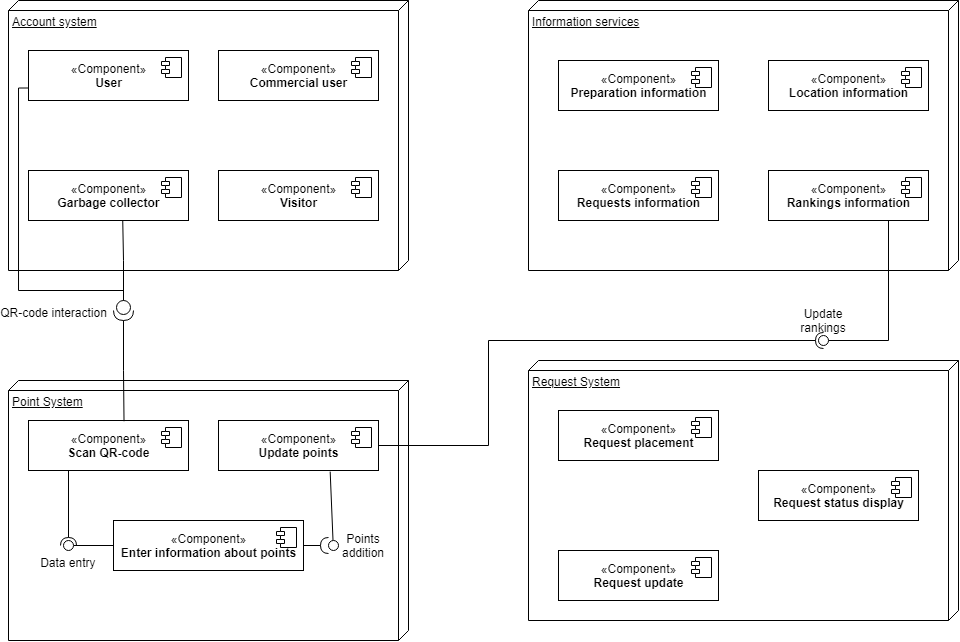
Before: docs/Diagrams/Component Diagram.png, a diagram exported from draw.io (YuriyLisovskiy/EasyRecycle). Source tidied: cells renumbered, new cells last; positions are measured from the earlier drawing's top-left corner, leaving out a move shared by most shapes.
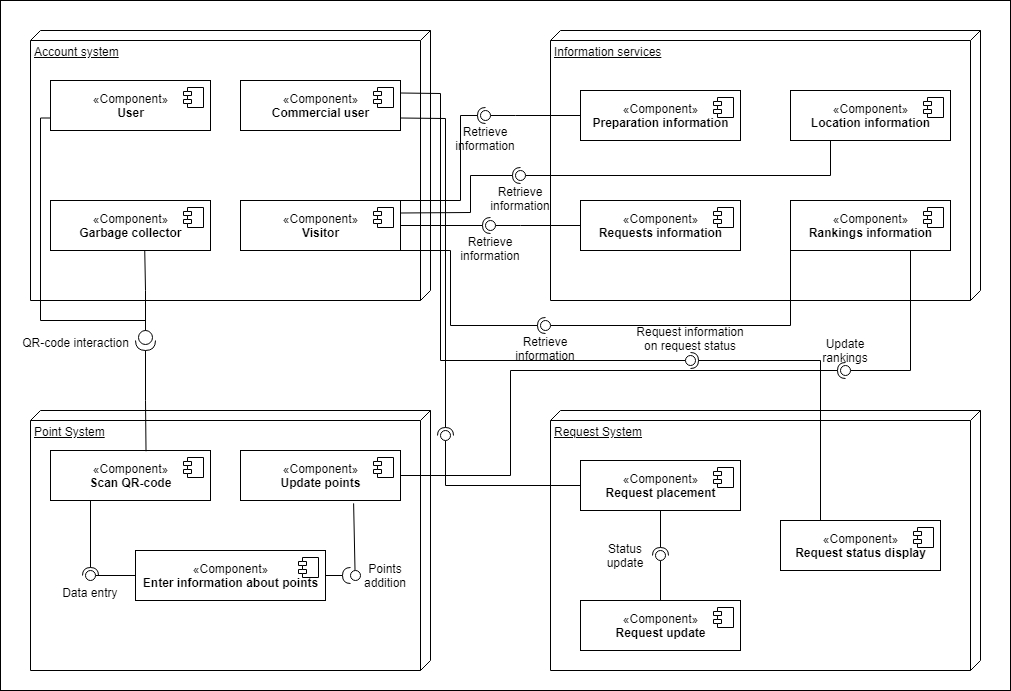
The same file after the commit.

Change to the diagram source:
```diff
@@ -2,8 +2,11 @@
   <root>
     <mxCell id="0" />
     <mxCell id="1" parent="0" />
+    <mxCell id="51" style="rounded=0;whiteSpace=wrap;html=1;" parent="1" vertex="1">
+      <mxGeometry x="-30" y="-30" width="1010" height="690" as="geometry" />
+    </mxCell>
     <mxCell id="2" style="group;" parent="1" vertex="1">
-      <mxGeometry x="520" y="360" width="430" height="260" as="geometry" />
+      <mxGeometry x="520" y="380" width="430" height="260" as="geometry" />
     </mxCell>
     <mxCell id="3" value="Request System" style="verticalAlign=top;align=left;spacingTop=8;spacingLeft=2;spacingRight=12;shape=cube;size=10;direction=south;fontStyle=4;html=1;" parent="2" vertex="1">
       <mxGeometry width="430" height="260" as="geometry" />
@@ -32,6 +35,15 @@
         <mxPoint x="-27" y="7" as="offset" />
       </mxGeometry>
     </mxCell>
+    <mxCell id="52" style="rounded=0;jettySize=auto;html=1;endArrow=none;endFill=0;exitX=0.5;exitY=0;exitDx=0;exitDy=0;" parent="2" edge="1" source="6" target="54">
+      <mxGeometry relative="1" as="geometry" />
+    </mxCell>
+    <mxCell id="53" style="rounded=0;jettySize=auto;html=1;endArrow=halfCircle;endFill=0;entryX=0.5;entryY=0.5;entryDx=0;entryDy=0;endSize=6;strokeWidth=1;exitX=0.5;exitY=1;exitDx=0;exitDy=0;" parent="2" edge="1" source="4" target="54">
+      <mxGeometry relative="1" as="geometry" />
+    </mxCell>
+    <mxCell id="54" value="Status update" style="ellipse;whiteSpace=wrap;html=1;fontFamily=Helvetica;fontSize=12;fontColor=#000000;align=center;strokeColor=#000000;fillColor=#ffffff;points=[];spacingRight=70;" parent="2" vertex="1">
+      <mxGeometry x="105" y="140" width="10" height="10" as="geometry" />
+    </mxCell>
     <mxCell id="10" style="group;" parent="1" vertex="1">
       <mxGeometry width="400" height="270" as="geometry" />
     </mxCell>
@@ -162,7 +174,7 @@
     <mxCell id="43" value="Data entry&amp;nbsp;" style="ellipse;whiteSpace=wrap;html=1;fontFamily=Helvetica;fontSize=12;fontColor=#000000;align=center;strokeColor=#000000;fillColor=#ffffff;points=[];spacingTop=33;spacingLeft=-26;spacingBottom=0;spacingRight=-29;rotation=0;" parent="33" vertex="1">
       <mxGeometry x="55" y="160" width="10" height="10" as="geometry" />
     </mxCell>
-    <mxCell id="44" style="rounded=0;jettySize=auto;html=1;endArrow=none;endFill=0;exitX=0.698;exitY=1.022;exitDx=0;exitDy=0;entryX=0.452;entryY=0.007;entryDx=0;entryDy=0;entryPerimeter=0;exitPerimeter=0;" parent="33" edge="1" source="39" target="45">
+    <mxCell id="44" style="rounded=0;jettySize=auto;html=1;endArrow=none;endFill=0;entryX=0.452;entryY=0.007;entryDx=0;entryDy=0;entryPerimeter=0;exitX=0.707;exitY=1.057;exitDx=0;exitDy=0;exitPerimeter=0;" parent="33" edge="1" source="39" target="45">
       <mxGeometry relative="1" as="geometry" />
     </mxCell>
     <mxCell id="45" value="Points addition" style="ellipse;whiteSpace=wrap;html=1;fontFamily=Helvetica;fontSize=12;fontColor=#000000;align=center;strokeColor=#000000;fillColor=#ffffff;points=[];spacingRight=-60;" parent="33" vertex="1">
@@ -192,5 +204,108 @@
     <mxCell id="50" value="Update rankings" style="ellipse;whiteSpace=wrap;html=1;fontFamily=Helvetica;fontSize=12;fontColor=#000000;align=center;strokeColor=#000000;fillColor=#ffffff;points=[];spacingBottom=40;" parent="1" vertex="1">
       <mxGeometry x="810" y="335" width="10" height="10" as="geometry" />
     </mxCell>
+    <mxCell id="55" style="rounded=0;jettySize=auto;html=1;endArrow=none;endFill=0;" parent="1" edge="1" source="28" target="57">
+      <mxGeometry relative="1" as="geometry">
+        <Array as="points">
+          <mxPoint x="490" y="195" />
+        </Array>
+      </mxGeometry>
+    </mxCell>
+    <mxCell id="56" style="rounded=0;jettySize=auto;html=1;endArrow=halfCircle;endFill=0;entryX=0.5;entryY=0.5;entryDx=0;entryDy=0;endSize=6;strokeWidth=1;exitX=1;exitY=0.5;exitDx=0;exitDy=0;" parent="1" edge="1" source="14" target="57">
+      <mxGeometry relative="1" as="geometry" />
+    </mxCell>
+    <mxCell id="57" value="Retrieve information" style="ellipse;whiteSpace=wrap;html=1;fontFamily=Helvetica;fontSize=12;fontColor=#000000;align=center;strokeColor=#000000;fillColor=#ffffff;points=[];spacingBottom=-45;" parent="1" vertex="1">
+      <mxGeometry x="455" y="190" width="10" height="10" as="geometry" />
+    </mxCell>
+    <mxCell id="58" style="rounded=0;jettySize=auto;html=1;endArrow=none;endFill=0;exitX=0.25;exitY=1;exitDx=0;exitDy=0;" parent="1" edge="1" source="26" target="60">
+      <mxGeometry relative="1" as="geometry">
+        <Array as="points">
+          <mxPoint x="800" y="145" />
+          <mxPoint x="520" y="145" />
+        </Array>
+      </mxGeometry>
+    </mxCell>
+    <mxCell id="59" style="rounded=0;jettySize=auto;html=1;endArrow=halfCircle;endFill=0;entryX=0.5;entryY=0.5;entryDx=0;entryDy=0;endSize=6;strokeWidth=1;exitX=1;exitY=0.25;exitDx=0;exitDy=0;" parent="1" edge="1" source="14" target="60">
+      <mxGeometry relative="1" as="geometry">
+        <Array as="points">
+          <mxPoint x="440" y="182" />
+          <mxPoint x="440" y="145" />
+        </Array>
+      </mxGeometry>
+    </mxCell>
+    <mxCell id="60" value="Retrieve information" style="ellipse;whiteSpace=wrap;html=1;fontFamily=Helvetica;fontSize=12;fontColor=#000000;align=center;strokeColor=#000000;fillColor=#ffffff;points=[];spacingBottom=-45;" parent="1" vertex="1">
+      <mxGeometry x="485" y="140" width="10" height="10" as="geometry" />
+    </mxCell>
+    <mxCell id="61" style="rounded=0;jettySize=auto;html=1;endArrow=none;endFill=0;exitX=0;exitY=1;exitDx=0;exitDy=0;" parent="1" edge="1" source="24" target="63">
+      <mxGeometry relative="1" as="geometry">
+        <Array as="points">
+          <mxPoint x="760" y="295" />
+        </Array>
+      </mxGeometry>
+    </mxCell>
+    <mxCell id="62" style="rounded=0;jettySize=auto;html=1;endArrow=halfCircle;endFill=0;entryX=0.5;entryY=0.5;entryDx=0;entryDy=0;endSize=6;strokeWidth=1;exitX=1;exitY=1;exitDx=0;exitDy=0;" parent="1" edge="1" source="14" target="63">
+      <mxGeometry relative="1" as="geometry">
+        <Array as="points">
+          <mxPoint x="420" y="220" />
+          <mxPoint x="420" y="295" />
+        </Array>
+      </mxGeometry>
+    </mxCell>
+    <mxCell id="63" value="Retrieve information" style="ellipse;whiteSpace=wrap;html=1;fontFamily=Helvetica;fontSize=12;fontColor=#000000;align=center;strokeColor=#000000;fillColor=#ffffff;points=[];spacingBottom=-45;" parent="1" vertex="1">
+      <mxGeometry x="510" y="290" width="10" height="10" as="geometry" />
+    </mxCell>
+    <mxCell id="64" style="rounded=0;jettySize=auto;html=1;endArrow=none;endFill=0;" parent="1" edge="1" source="22" target="66">
+      <mxGeometry relative="1" as="geometry">
+        <Array as="points">
+          <mxPoint x="485" y="85" />
+        </Array>
+      </mxGeometry>
+    </mxCell>
+    <mxCell id="65" style="rounded=0;jettySize=auto;html=1;endArrow=halfCircle;endFill=0;entryX=0.5;entryY=0.5;entryDx=0;entryDy=0;endSize=6;strokeWidth=1;exitX=1;exitY=0;exitDx=0;exitDy=0;" parent="1" edge="1" source="14" target="66">
+      <mxGeometry relative="1" as="geometry">
+        <Array as="points">
+          <mxPoint x="430" y="170" />
+          <mxPoint x="430" y="85" />
+        </Array>
+      </mxGeometry>
+    </mxCell>
+    <mxCell id="66" value="Retrieve information" style="ellipse;whiteSpace=wrap;html=1;fontFamily=Helvetica;fontSize=12;fontColor=#000000;align=center;strokeColor=#000000;fillColor=#ffffff;points=[];spacingBottom=-45;" parent="1" vertex="1">
+      <mxGeometry x="450" y="80" width="10" height="10" as="geometry" />
+    </mxCell>
+    <mxCell id="67" style="rounded=0;jettySize=auto;html=1;endArrow=none;endFill=0;exitX=0;exitY=0.5;exitDx=0;exitDy=0;" parent="1" edge="1" source="4" target="69">
+      <mxGeometry relative="1" as="geometry">
+        <Array as="points">
+          <mxPoint x="415" y="455" />
+        </Array>
+      </mxGeometry>
+    </mxCell>
+    <mxCell id="68" style="rounded=0;jettySize=auto;html=1;endArrow=halfCircle;endFill=0;entryX=0.5;entryY=0.5;entryDx=0;entryDy=0;endSize=6;strokeWidth=1;exitX=1;exitY=0.75;exitDx=0;exitDy=0;" parent="1" edge="1" source="18" target="69">
+      <mxGeometry relative="1" as="geometry">
+        <Array as="points">
+          <mxPoint x="415" y="88" />
+        </Array>
+      </mxGeometry>
+    </mxCell>
+    <mxCell id="69" style="ellipse;whiteSpace=wrap;html=1;fontFamily=Helvetica;fontSize=12;fontColor=#000000;align=center;strokeColor=#000000;fillColor=#ffffff;points=[];" parent="1" vertex="1">
+      <mxGeometry x="410" y="400" width="10" height="10" as="geometry" />
+    </mxCell>
+    <mxCell id="70" style="rounded=0;jettySize=auto;html=1;endArrow=none;endFill=0;exitX=1;exitY=0.25;exitDx=0;exitDy=0;" parent="1" edge="1" source="18" target="72">
+      <mxGeometry relative="1" as="geometry">
+        <Array as="points">
+          <mxPoint x="410" y="63" />
+          <mxPoint x="410" y="330" />
+        </Array>
+      </mxGeometry>
+    </mxCell>
+    <mxCell id="71" style="rounded=0;jettySize=auto;html=1;endArrow=halfCircle;endFill=0;entryX=0.5;entryY=0.5;entryDx=0;entryDy=0;endSize=6;strokeWidth=1;exitX=0.25;exitY=0;exitDx=0;exitDy=0;" parent="1" edge="1" source="8" target="72">
+      <mxGeometry relative="1" as="geometry">
+        <Array as="points">
+          <mxPoint x="790" y="330" />
+        </Array>
+      </mxGeometry>
+    </mxCell>
+    <mxCell id="72" value="Request information on request status" style="ellipse;whiteSpace=wrap;html=1;fontFamily=Helvetica;fontSize=12;fontColor=#000000;align=center;strokeColor=#000000;fillColor=#ffffff;points=[];spacingLeft=-50;spacingRight=-50;spacingBottom=45;" parent="1" vertex="1">
+      <mxGeometry x="655" y="325" width="10" height="10" as="geometry" />
+    </mxCell>
   </root>
 </mxGraphModel>
```
